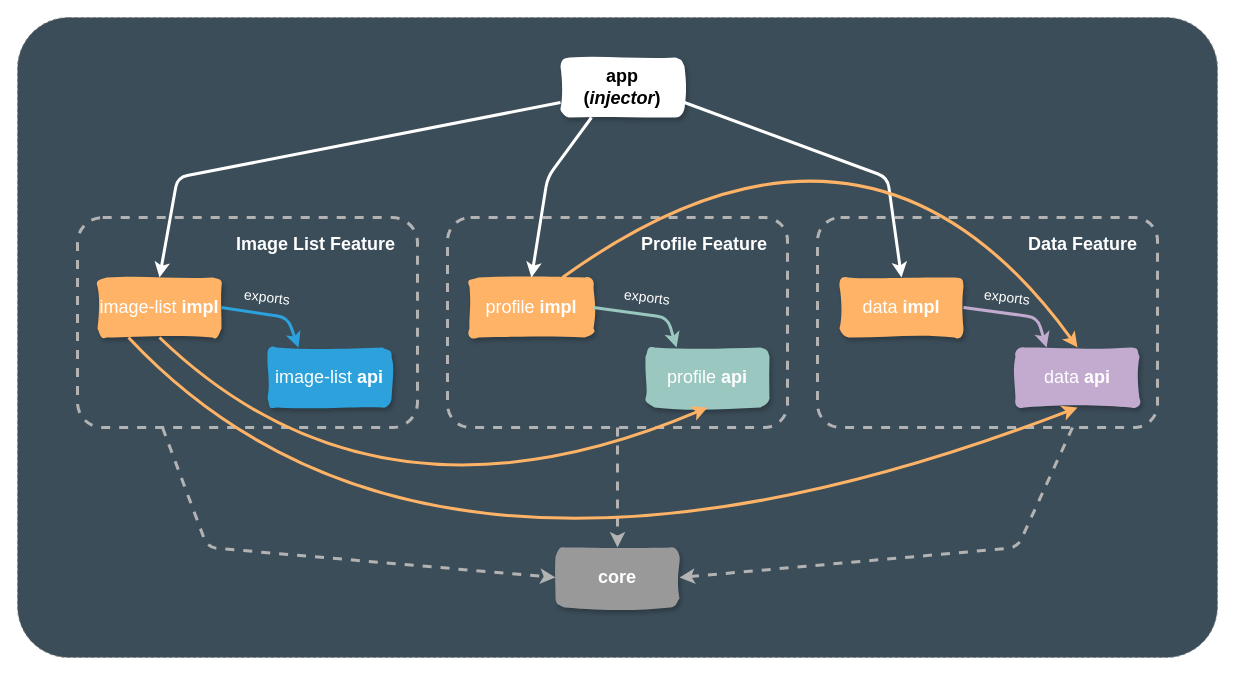
Earlier version of the draw.io diagram page "Multimodule Architecture" (1 of 4) of docs/airin_architecture.drawio (Morfly/airin). Source tidied: cells renumbered, new cells numbered last; positions are measured from the earlier drawing's top-left corner, leaving out a move shared by most shapes. Both pictures are drawn from the tidied source at 100%, with x=0, y=0 at pixel (17, 17).
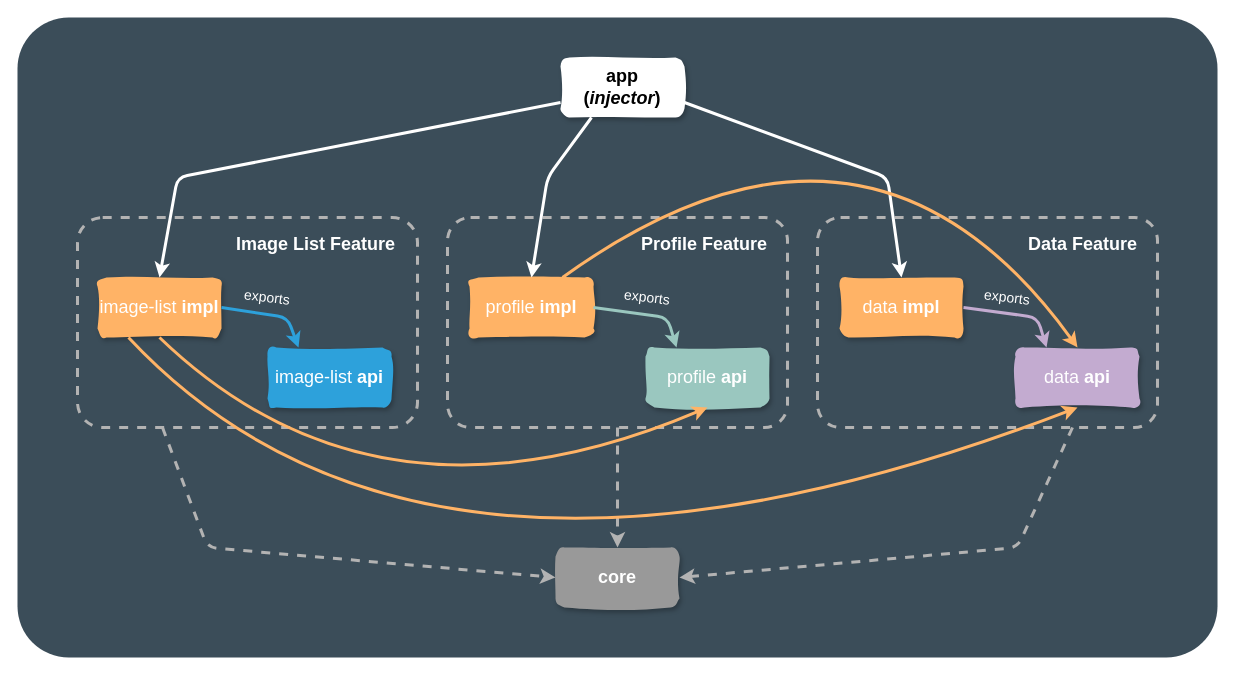
The same page after the edit.

Commit message (it also covers changes not shown here):
added arch image to sample compose project

The change refers to these unchanged cells:
```xml
<mxCell id="2" style="group;" parent="1" vertex="1">
  <mxGeometry width="1200" height="640" as="geometry" />
</mxCell>
```

What changed in the source:
```diff
@@
-    <mxCell id="3" style="rounded=1;whiteSpace=wrap;html=1;shadow=0;glass=0;dashed=1;sketch=0;strokeColor=#808080;strokeWidth=1;fillColor=#3B4D59;arcSize=8;" parent="2" vertex="1">
+    <mxCell id="3" style="rounded=1;whiteSpace=wrap;html=1;shadow=0;glass=0;dashed=1;sketch=0;strokeWidth=1;fillColor=#3B4D59;arcSize=8;strokeColor=none;" parent="2" vertex="1">
       <mxGeometry width="1200" height="640" as="geometry" />
     </mxCell>
```
